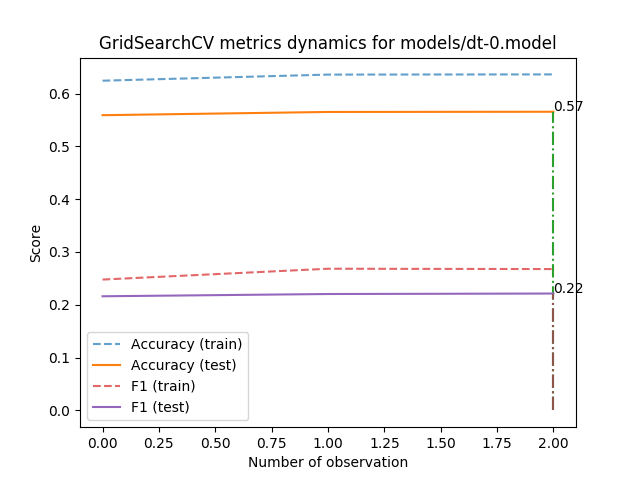
Before: models/dt-0.model_metrics.png, a diagram exported from Graphviz (AverHLV/diploma-computations). Its source is kept beside it as models/dt-0.model.dot.
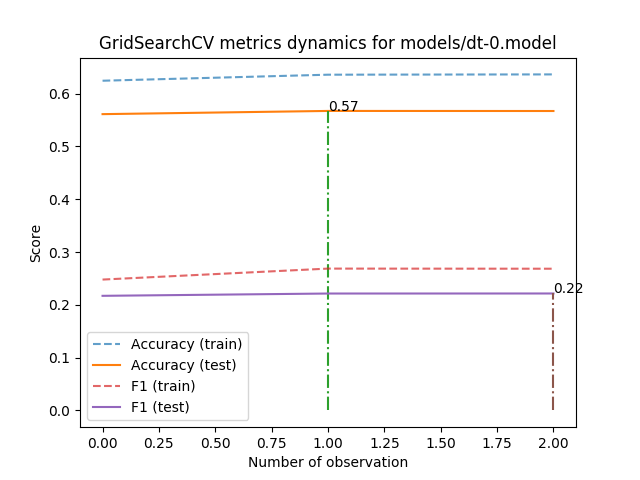
After the change.

Change to the diagram source:
```diff
@@ -1,56 +1,56 @@
 digraph Tree {
 node [shape=box, style="filled", color="black"] ;
-0 [label="Topic <= 0.998\ngini = 0.558\nsamples = 12050\nvalue = [[27, 5113, 711, 4402, 1797]\n[327, 7332, 2419, 819, 1153]\n[149, 6572, 601, 4012, 716]\n...\n[15, 5698, 834, 3898, 1605]\n[10, 146, 64, 42, 11788]\n[15, 2007, 29, 7736, 2263]]", fillcolor="#fefcfb"] ;
-1 [label="Екогрупа <= -2.261\ngini = 0.544\nsamples = 9288\nvalue = [[23, 4571, 561, 2715, 1418]\n[272, 5796, 1748, 558, 914]\n[131, 5761, 496, 2242, 658]\n...\n[15, 4977, 455, 2485, 1356]\n[8, 126, 37, 30, 9087]\n[14, 1796, 21, 5836, 1621]]", fillcolor="#fdf6f1"] ;
+0 [label="Topic <= 0.998\ngini = 0.558\nsamples = 12050\nvalue = [[29, 5121, 703, 4483, 1714]\n[314, 7336, 2409, 828, 1163]\n[141, 6578, 587, 4050, 694]\n...\n[14, 5606, 873, 3958, 1599]\n[8, 134, 59, 45, 11804]\n[17, 2011, 26, 7729, 2267]]", fillcolor="#fefcfa"] ;
+1 [label="ОБ <= -0.369\ngini = 0.543\nsamples = 9306\nvalue = [[25, 4590, 557, 2779, 1355]\n[267, 5804, 1750, 579, 906]\n[122, 5793, 483, 2267, 641]\n...\n[14, 4921, 475, 2530, 1366]\n[6, 116, 39, 34, 9111]\n[16, 1800, 18, 5836, 1636]]", fillcolor="#fdf6f0"] ;
 0 -> 1 [labeldistance=2.5, labelangle=45, headlabel="True"] ;
-5 [label="gini = 0.494\nsamples = 469\nvalue = [[2, 107, 15, 221, 124]\n[1, 283, 66, 39, 80]\n[2, 140, 6, 272, 49]\n...\n[0, 120, 31, 193, 125]\n[0, 0, 0, 0, 469]\n[5, 15, 0, 33, 416]]", fillcolor="#f9e1d0"] ;
+5 [label="Позафракційні <= -1.95\ngini = 0.531\nsamples = 2158\nvalue = [[7, 1215, 82, 456, 398]\n[34, 1451, 231, 157, 285]\n[24, 1319, 71, 482, 262]\n...\n[7, 1114, 84, 571, 382]\n[1, 15, 10, 1, 2131]\n[8, 324, 1, 1212, 613]]", fillcolor="#fcf1e8"] ;
 1 -> 5 ;
-6 [label="ОБ <= -0.236\ngini = 0.538\nsamples = 8819\nvalue = [[21, 4464, 546, 2494, 1294]\n[271, 5513, 1682, 519, 834]\n[129, 5621, 490, 1970, 609]\n...\n[15, 4857, 424, 2292, 1231]\n[8, 126, 37, 30, 8618]\n[9, 1781, 21, 5803, 1205]]", fillcolor="#fdf4ed"] ;
+7 [label="gini = 0.413\nsamples = 216\nvalue = [[1, 21, 4, 121, 69]\n[0, 117, 38, 39, 22]\n[1, 42, 6, 126, 41]\n...\n[1, 24, 6, 103, 82]\n[0, 0, 0, 0, 216]\n[0, 4, 0, 41, 171]]", fillcolor="#f2be99"] ;
+5 -> 7 ;
+8 [label="ВОБ <= -0.559\ngini = 0.515\nsamples = 1942\nvalue = [[6, 1194, 78, 335, 329]\n[34, 1334, 193, 118, 263]\n[23, 1277, 65, 356, 221]\n...\n[6, 1090, 78, 468, 300]\n[1, 15, 10, 1, 1915]\n[8, 320, 1, 1171, 442]]", fillcolor="#fbeadd"] ;
+5 -> 8 ;
+23 [label="gini = 0.529\nsamples = 471\nvalue = [[0, 244, 12, 114, 101]\n[9, 245, 41, 45, 131]\n[5, 259, 28, 132, 47]\n...\n[0, 227, 15, 174, 55]\n[0, 0, 0, 0, 471]\n[1, 88, 0, 289, 93]]", fillcolor="#fcf0e7"] ;
+8 -> 23 ;
+24 [label="gini = 0.494\nsamples = 1471\nvalue = [[6, 950, 66, 221, 228]\n[25, 1089, 152, 73, 132]\n[18, 1018, 37, 224, 174]\n...\n[6, 863, 63, 294, 245]\n[1, 15, 10, 1, 1444]\n[7, 232, 1, 882, 349]]", fillcolor="#f9e0cf"] ;
+8 -> 24 ;
+6 [label="Topic <= -1.596\ngini = 0.536\nsamples = 7148\nvalue = [[18, 3375, 475, 2323, 957]\n[233, 4353, 1519, 422, 621]\n[98, 4474, 412, 1785, 379]\n...\n[7, 3807, 391, 1959, 984]\n[5, 101, 29, 33, 6980]\n[8, 1476, 17, 4624, 1023]]", fillcolor="#fcf3ec"] ;
 1 -> 6 ;
-7 [label="НФ <= 0.032\ngini = 0.522\nsamples = 2146\nvalue = [[10, 1258, 103, 404, 371]\n[44, 1409, 242, 145, 306]\n[31, 1372, 65, 381, 297]\n...\n[5, 1228, 77, 502, 334]\n[1, 21, 8, 1, 2115]\n[3, 372, 0, 1388, 383]]", fillcolor="#fbede2"] ;
-6 -> 7 ;
-21 [label="Екогрупа <= -0.142\ngini = 0.513\nsamples = 881\nvalue = [[1, 513, 34, 203, 130]\n[15, 632, 60, 52, 122]\n[8, 540, 23, 151, 159]\n...\n[1, 516, 18, 268, 78]\n[0, 3, 0, 0, 878]\n[1, 106, 0, 654, 120]]", fillcolor="#fae9dc"] ;
-7 -> 21 ;
-25 [label="gini = 0.435\nsamples = 320\nvalue = [[1, 245, 9, 30, 35]\n[1, 271, 16, 9, 23]\n[1, 272, 6, 28, 13]\n...\n[1, 230, 6, 42, 41]\n[0, 3, 0, 0, 317]\n[1, 17, 0, 221, 81]]", fillcolor="#f4c8a8"] ;
-21 -> 25 ;
-26 [label="gini = 0.518\nsamples = 561\nvalue = [[0, 268, 25, 173, 95]\n[14, 361, 44, 43, 99]\n[7, 268, 17, 123, 146]\n...\n[0, 286, 12, 226, 37]\n[0, 0, 0, 0, 561]\n[0, 89, 0, 433, 39]]", fillcolor="#fbebe0"] ;
-21 -> 26 ;
-22 [label="gini = 0.507\nsamples = 1265\nvalue = [[9, 745, 69, 201, 241]\n[29, 777, 182, 93, 184]\n[23, 832, 42, 230, 138]\n...\n[4, 712, 59, 234, 256]\n[1, 18, 8, 1, 1237]\n[2, 266, 0, 734, 263]]", fillcolor="#fae6d8"] ;
-7 -> 22 ;
-8 [label="Topic <= -1.596\ngini = 0.533\nsamples = 6673\nvalue = [[11, 3206, 443, 2090, 923]\n[227, 4104, 1440, 374, 528]\n[98, 4249, 425, 1589, 312]\n...\n[10, 3629, 347, 1790, 897]\n[7, 105, 29, 29, 6503]\n[6, 1409, 21, 4415, 822]]", fillcolor="#fcf1ea"] ;
-6 -> 8 ;
-9 [label="gini = 0.464\nsamples = 333\nvalue = [[3, 87, 60, 163, 20]\n[5, 249, 58, 10, 11]\n[0, 81, 67, 185, 0]\n...\n[1, 74, 88, 132, 38]\n[0, 21, 1, 12, 299]\n[0, 21, 0, 224, 88]]", fillcolor="#f6d4bc"] ;
-8 -> 9 ;
-10 [label="НФ <= 0.392\ngini = 0.527\nsamples = 6340\nvalue = [[8, 3119, 383, 1927, 903]\n[222, 3855, 1382, 364, 517]\n[98, 4168, 358, 1404, 312]\n...\n[9, 3555, 259, 1658, 859]\n[7, 84, 28, 17, 6204]\n[6, 1388, 21, 4191, 734]]", fillcolor="#fcefe6"] ;
-8 -> 10 ;
-13 [label="gini = 0.516\nsamples = 3803\nvalue = [[5, 1797, 180, 1237, 584]\n[110, 2454, 842, 203, 194]\n[49, 2471, 196, 867, 220]\n...\n[7, 2217, 167, 1084, 328]\n[4, 26, 12, 8, 3753]\n[5, 892, 11, 2555, 340]]", fillcolor="#fbeade"] ;
+9 [label="gini = 0.468\nsamples = 340\nvalue = [[3, 91, 58, 168, 20]\n[5, 247, 62, 11, 15]\n[0, 87, 64, 187, 2]\n...\n[1, 77, 86, 138, 38]\n[0, 21, 1, 12, 306]\n[0, 26, 0, 231, 83]]", fillcolor="#f6d5bd"] ;
+6 -> 9 ;
+10 [label="НФ <= 0.392\ngini = 0.532\nsamples = 6808\nvalue = [[15, 3284, 417, 2155, 937]\n[228, 4106, 1457, 411, 606]\n[98, 4387, 348, 1598, 377]\n...\n[6, 3730, 305, 1821, 946]\n[5, 80, 28, 21, 6674]\n[8, 1450, 17, 4393, 940]]", fillcolor="#fcf1e9"] ;
+6 -> 10 ;
+13 [label="Екогрупа <= -1.626\ngini = 0.521\nsamples = 4126\nvalue = [[5, 1887, 199, 1425, 610]\n[107, 2633, 880, 230, 276]\n[46, 2601, 187, 1030, 262]\n...\n[4, 2346, 199, 1212, 365]\n[2, 21, 15, 11, 4077]\n[4, 925, 9, 2693, 495]]", fillcolor="#fbece1"] ;
 10 -> 13 ;
-14 [label="gini = 0.532\nsamples = 2537\nvalue = [[3, 1322, 203, 690, 319]\n[112, 1401, 540, 161, 323]\n[49, 1697, 162, 537, 92]\n...\n[2, 1338, 92, 574, 531]\n[3, 58, 16, 9, 2451]\n[1, 496, 10, 1636, 394]]", fillcolor="#fcf1e9"] ;
+21 [label="gini = 0.466\nsamples = 180\nvalue = [[0, 50, 10, 91, 29]\n[3, 114, 24, 3, 36]\n[0, 56, 2, 122, 0]\n...\n[0, 65, 11, 76, 28]\n[0, 1, 0, 0, 179]\n[0, 13, 0, 32, 135]]", fillcolor="#f6d4bc"] ;
+13 -> 21 ;
+22 [label="gini = 0.516\nsamples = 3946\nvalue = [[5, 1837, 189, 1334, 581]\n[104, 2519, 856, 227, 240]\n[46, 2545, 185, 908, 262]\n...\n[4, 2281, 188, 1136, 337]\n[2, 20, 15, 11, 3898]\n[4, 912, 9, 2661, 360]]", fillcolor="#fbeade"] ;
+13 -> 22 ;
+14 [label="gini = 0.533\nsamples = 2682\nvalue = [[10, 1397, 218, 730, 327]\n[121, 1473, 577, 181, 330]\n[52, 1786, 161, 568, 115]\n...\n[2, 1384, 106, 609, 581]\n[3, 59, 13, 10, 2597]\n[4, 525, 8, 1700, 445]]", fillcolor="#fcf1ea"] ;
 10 -> 14 ;
-2 [label="НФ <= -0.149\ngini = 0.528\nsamples = 2762\nvalue = [[4, 542, 150, 1687, 379]\n[55, 1536, 671, 261, 239]\n[18, 811, 105, 1770, 58]\n...\n[0, 721, 379, 1413, 249]\n[2, 20, 27, 12, 2701]\n[1, 211, 8, 1900, 642]]", fillcolor="#fcefe6"] ;
+2 [label="НФ <= -0.149\ngini = 0.525\nsamples = 2744\nvalue = [[4, 531, 146, 1704, 359]\n[47, 1532, 659, 249, 257]\n[19, 785, 104, 1783, 53]\n...\n[0, 685, 398, 1428, 233]\n[2, 18, 20, 11, 2693]\n[1, 211, 8, 1893, 631]]", fillcolor="#fbeee4"] ;
 0 -> 2 [labeldistance=2.5, labelangle=-45, headlabel="False"] ;
-3 [label="Topic <= 1.016\ngini = 0.462\nsamples = 1836\nvalue = [[1, 153, 63, 1388, 231]\n[26, 976, 459, 212, 163]\n[2, 330, 45, 1432, 27]\n...\n[0, 339, 227, 1176, 94]\n[0, 3, 1, 1, 1831]\n[1, 62, 2, 1331, 440]]", fillcolor="#f6d3bb"] ;
+3 [label="Topic <= 1.016\ngini = 0.461\nsamples = 1857\nvalue = [[0, 160, 64, 1406, 227]\n[23, 997, 454, 205, 178]\n[2, 329, 46, 1457, 23]\n...\n[0, 337, 239, 1197, 84]\n[0, 2, 0, 1, 1854]\n[1, 68, 3, 1339, 446]]", fillcolor="#f6d2b9"] ;
 2 -> 3 ;
-11 [label="Екогрупа <= -0.566\ngini = 0.352\nsamples = 550\nvalue = [[0, 3, 24, 484, 39]\n[6, 383, 12, 94, 55]\n[0, 46, 10, 494, 0]\n...\n[0, 39, 138, 333, 40]\n[0, 0, 0, 0, 550]\n[0, 1, 0, 403, 146]]", fillcolor="#eca470"] ;
+11 [label="Воля <= -0.217\ngini = 0.353\nsamples = 565\nvalue = [[0, 3, 31, 485, 46]\n[7, 393, 11, 97, 57]\n[0, 43, 8, 514, 0]\n...\n[0, 45, 142, 343, 35]\n[0, 0, 0, 0, 565]\n[0, 1, 0, 407, 157]]", fillcolor="#eca46f"] ;
 3 -> 11 ;
-23 [label="gini = 0.269\nsamples = 186\nvalue = [[0, 1, 22, 162, 1]\n[2, 103, 1, 48, 32]\n[0, 0, 3, 183, 0]\n...\n[0, 6, 8, 133, 39]\n[0, 0, 0, 0, 186]\n[0, 0, 0, 42, 144]]", fillcolor="#e58139"] ;
-11 -> 23 ;
-24 [label="gini = 0.329\nsamples = 364\nvalue = [[0, 2, 2, 322, 38]\n[4, 280, 11, 46, 23]\n[0, 46, 7, 311, 0]\n...\n[0, 33, 130, 200, 1]\n[0, 0, 0, 0, 364]\n[0, 1, 0, 361, 2]]", fillcolor="#ea9a61"] ;
-11 -> 24 ;
-12 [label="Topic <= 1.421\ngini = 0.471\nsamples = 1286\nvalue = [[1, 150, 39, 904, 192]\n[20, 593, 447, 118, 108]\n[2, 284, 35, 938, 27]\n...\n[0, 300, 89, 843, 54]\n[0, 3, 1, 1, 1281]\n[1, 61, 2, 928, 294]]", fillcolor="#f7d7c0"] ;
+25 [label="gini = 0.272\nsamples = 194\nvalue = [[0, 1, 28, 164, 1]\n[2, 106, 2, 46, 38]\n[0, 0, 2, 192, 0]\n...\n[0, 8, 10, 142, 34]\n[0, 0, 0, 0, 194]\n[0, 0, 0, 38, 156]]", fillcolor="#e58139"] ;
+11 -> 25 ;
+26 [label="gini = 0.329\nsamples = 371\nvalue = [[0, 2, 3, 321, 45]\n[5, 287, 9, 51, 19]\n[0, 43, 6, 322, 0]\n...\n[0, 37, 132, 201, 1]\n[0, 0, 0, 0, 371]\n[0, 1, 0, 369, 1]]", fillcolor="#ea9a60"] ;
+11 -> 26 ;
+12 [label="Topic <= 1.421\ngini = 0.469\nsamples = 1292\nvalue = [[0, 157, 33, 921, 181]\n[16, 604, 443, 108, 121]\n[2, 286, 38, 943, 23]\n...\n[0, 292, 97, 854, 49]\n[0, 2, 0, 1, 1289]\n[1, 67, 3, 932, 289]]", fillcolor="#f6d6be"] ;
 3 -> 12 ;
-15 [label="gini = 0.531\nsamples = 213\nvalue = [[0, 80, 12, 76, 45]\n[7, 125, 43, 8, 30]\n[1, 121, 6, 69, 16]\n...\n[0, 107, 8, 78, 20]\n[0, 2, 1, 0, 210]\n[1, 34, 0, 117, 61]]", fillcolor="#fcf0e8"] ;
-12 -> 15 ;
-16 [label="Topic <= 1.439\ngini = 0.43\nsamples = 1073\nvalue = [[1, 70, 27, 828, 147]\n[13, 468, 404, 110, 78]\n[1, 163, 29, 869, 11]\n...\n[0, 193, 81, 765, 34]\n[0, 1, 0, 1, 1071]\n[0, 27, 2, 811, 233]]", fillcolor="#f3c6a5"] ;
-12 -> 16 ;
-17 [label="gini = 0.339\nsamples = 432\nvalue = [[0, 14, 0, 349, 69]\n[8, 89, 224, 82, 29]\n[0, 36, 0, 396, 0]\n...\n[0, 50, 24, 345, 13]\n[0, 0, 0, 0, 432]\n[0, 3, 0, 364, 65]]", fillcolor="#eb9f68"] ;
-16 -> 17 ;
-18 [label="gini = 0.445\nsamples = 641\nvalue = [[1, 56, 27, 479, 78]\n[5, 379, 180, 28, 49]\n[1, 127, 29, 473, 11]\n...\n[0, 143, 57, 420, 21]\n[0, 1, 0, 1, 639]\n[0, 24, 2, 447, 168]]", fillcolor="#f4ccaf"] ;
-16 -> 18 ;
-4 [label="Topic <= 1.016\ngini = 0.565\nsamples = 926\nvalue = [[3, 389, 87, 299, 148]\n[29, 560, 212, 49, 76]\n[16, 481, 60, 338, 31]\n...\n[0, 382, 152, 237, 155]\n[2, 17, 26, 11, 870]\n[0, 149, 6, 569, 202]]", fillcolor="#ffffff"] ;
+17 [label="gini = 0.53\nsamples = 211\nvalue = [[0, 88, 10, 73, 40]\n[5, 121, 44, 7, 34]\n[1, 120, 6, 70, 14]\n...\n[0, 105, 7, 80, 19]\n[0, 2, 0, 0, 209]\n[1, 40, 0, 114, 56]]", fillcolor="#fcf0e7"] ;
+12 -> 17 ;
+18 [label="Topic <= 1.448\ngini = 0.43\nsamples = 1081\nvalue = [[0, 69, 23, 848, 141]\n[11, 483, 399, 101, 87]\n[1, 166, 32, 873, 9]\n...\n[0, 187, 90, 774, 30]\n[0, 0, 0, 1, 1080]\n[0, 27, 3, 818, 233]]", fillcolor="#f3c5a3"] ;
+12 -> 18 ;
+19 [label="gini = 0.34\nsamples = 431\nvalue = [[0, 15, 0, 354, 62]\n[6, 101, 221, 71, 32]\n[0, 35, 0, 396, 0]\n...\n[0, 48, 28, 344, 11]\n[0, 0, 0, 0, 431]\n[0, 3, 0, 364, 64]]", fillcolor="#eb9e67"] ;
+18 -> 19 ;
+20 [label="gini = 0.444\nsamples = 650\nvalue = [[0, 54, 23, 494, 79]\n[5, 382, 178, 30, 55]\n[1, 131, 32, 477, 9]\n...\n[0, 139, 62, 430, 19]\n[0, 0, 0, 1, 649]\n[0, 24, 3, 454, 169]]", fillcolor="#f4cbad"] ;
+18 -> 20 ;
+4 [label="Topic <= 1.016\ngini = 0.565\nsamples = 887\nvalue = [[4, 371, 82, 298, 132]\n[24, 535, 205, 44, 79]\n[17, 456, 58, 326, 30]\n...\n[0, 348, 159, 231, 149]\n[2, 16, 20, 10, 839]\n[0, 143, 5, 554, 185]]", fillcolor="#ffffff"] ;
 2 -> 4 ;
-19 [label="gini = 0.281\nsamples = 89\nvalue = [[0, 25, 21, 41, 2]\n[1, 72, 2, 4, 10]\n[0, 4, 0, 85, 0]\n...\n[0, 7, 63, 19, 0]\n[0, 0, 0, 0, 89]\n[0, 0, 0, 29, 60]]", fillcolor="#e68641"] ;
-4 -> 19 ;
-20 [label="gini = 0.56\nsamples = 837\nvalue = [[3, 364, 66, 258, 146]\n[28, 488, 210, 45, 66]\n[16, 477, 60, 253, 31]\n...\n[0, 375, 89, 218, 155]\n[2, 17, 26, 11, 781]\n[0, 149, 6, 540, 142]]", fillcolor="#fffdfc"] ;
-4 -> 20 ;
+15 [label="gini = 0.288\nsamples = 99\nvalue = [[0, 26, 20, 52, 1]\n[1, 75, 2, 7, 14]\n[0, 4, 0, 95, 0]\n...\n[0, 9, 68, 22, 0]\n[0, 0, 0, 0, 99]\n[0, 0, 0, 36, 63]]", fillcolor="#e68844"] ;
+4 -> 15 ;
+16 [label="gini = 0.56\nsamples = 788\nvalue = [[4, 345, 62, 246, 131]\n[23, 460, 203, 37, 65]\n[17, 452, 58, 231, 30]\n...\n[0, 339, 91, 209, 149]\n[2, 16, 20, 10, 740]\n[0, 143, 5, 518, 122]]", fillcolor="#fffdfc"] ;
+4 -> 16 ;
 }
```
